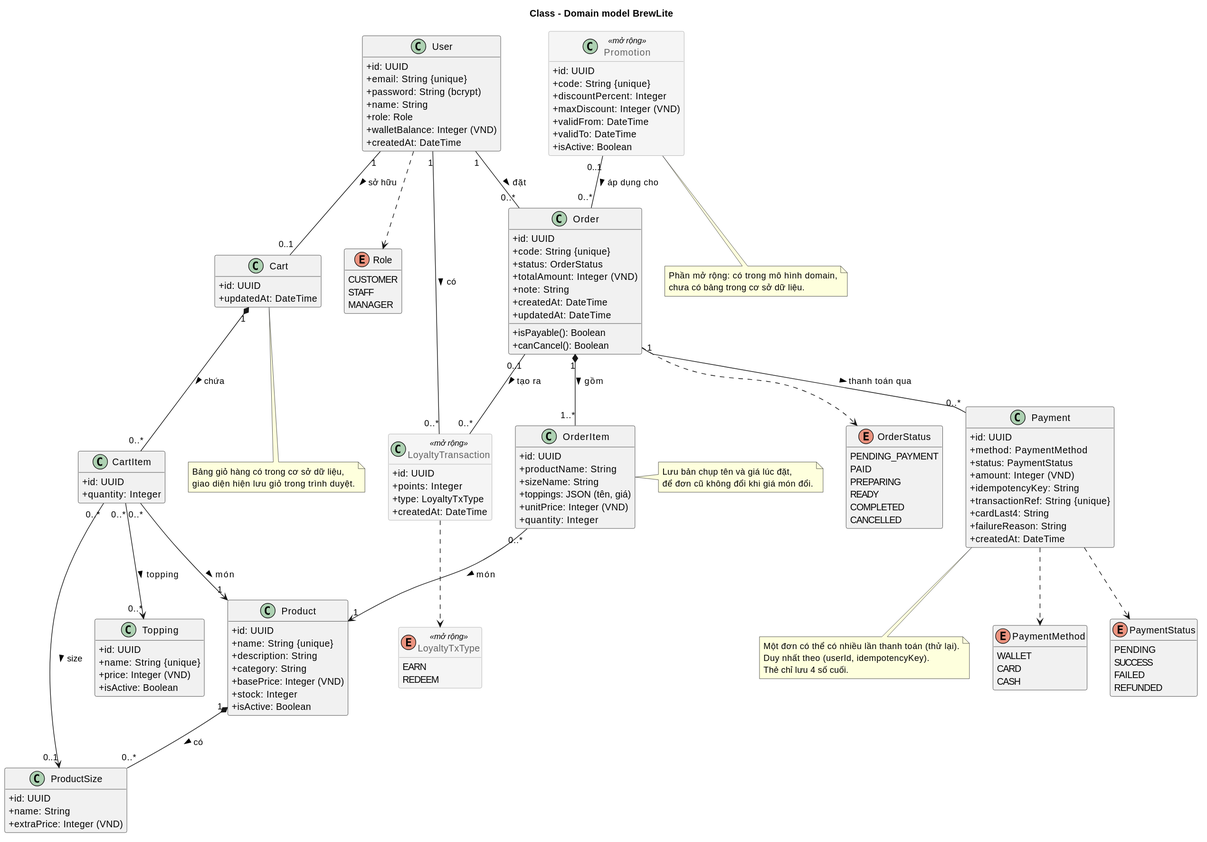
The PlantUML diagram docs/diagrams/class-domain.svg in Nashando/BrewLite-SWE-project, before a commit.
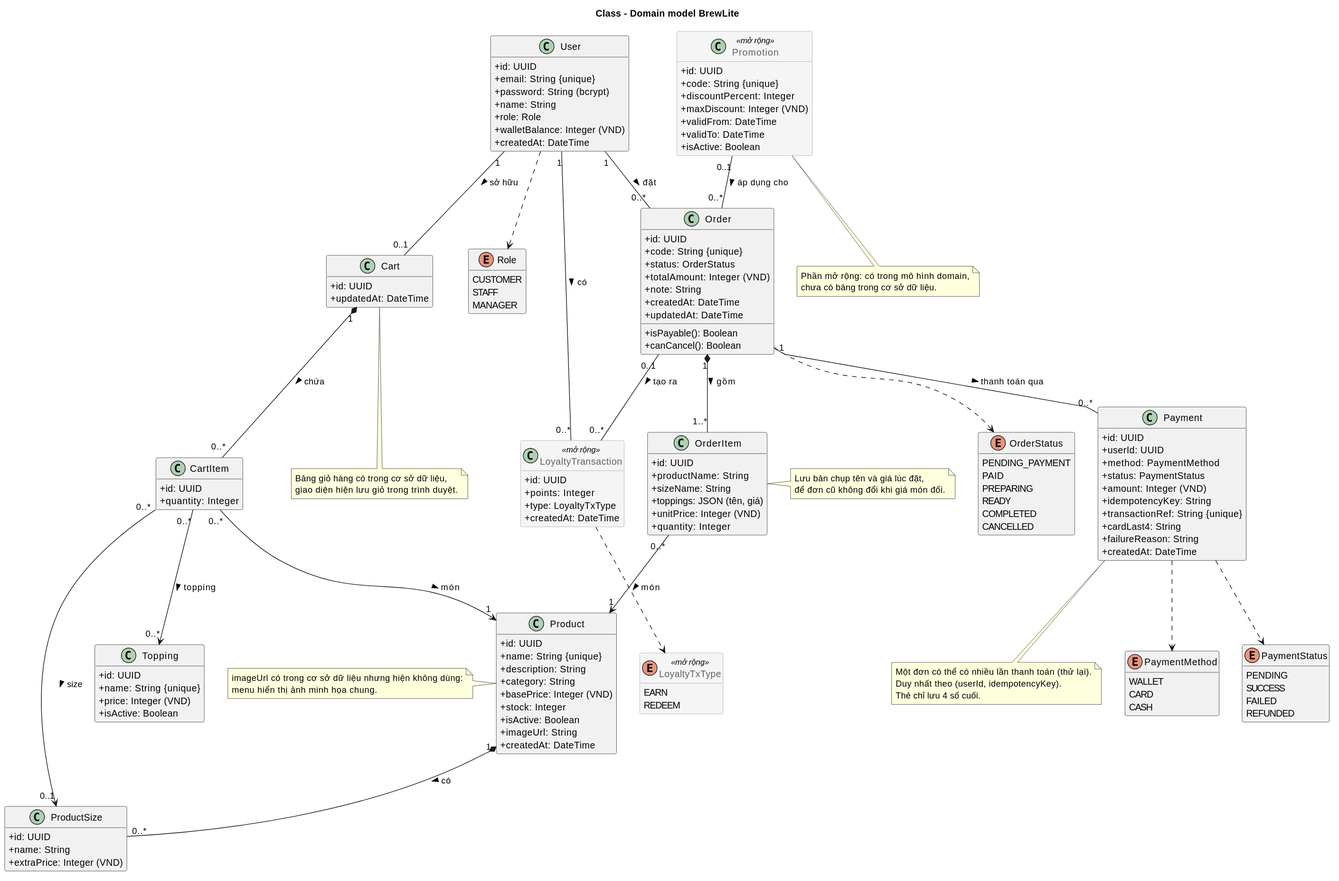
The same file after the commit.

Commit message:
docs: bổ sung chi tiết cho khớp code trong sơ đồ và đặc tả

The edit, as a diff of the source:
```diff
@@ -59,6 +59,8 @@
   {field} + basePrice: Integer (VND)
   + stock: Integer
   + isActive: Boolean
+  + imageUrl: String
+  + createdAt: DateTime
 }
 
 class ProductSize {
@@ -107,6 +109,7 @@
 
 class Payment {
   + id: UUID
+  + userId: UUID
   + method: PaymentMethod
   + status: PaymentStatus
   {field} + amount: Integer (VND)
@@ -167,6 +170,11 @@
   Thẻ chỉ lưu 4 số cuối.
 end note
 
+note left of Product
+  imageUrl có trong cơ sở dữ liệu nhưng hiện không dùng:
+  menu hiển thị ảnh minh họa chung.
+end note
+
 note bottom of Promotion
   Phần mở rộng: có trong mô hình domain,
   chưa có bảng trong cơ sở dữ liệu.
```
